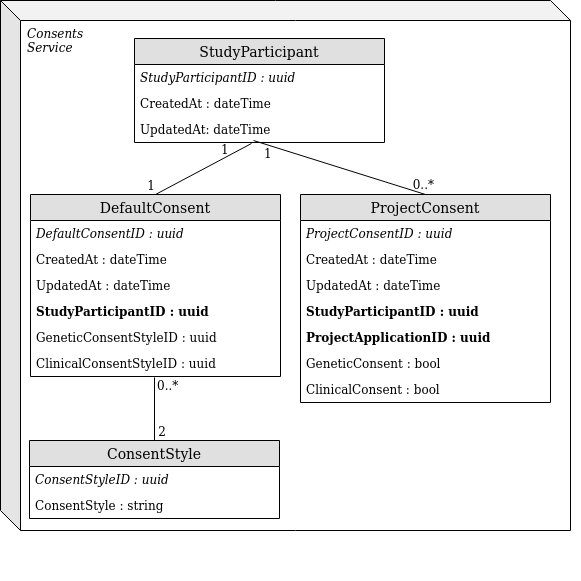
Above: docs/consents-ERD.png in dycons/consents (draw.io), before the change. Source tidied: cells renumbered, new cells last; positions are measured from the earlier drawing's top-left corner, leaving out a move shared by most shapes. Its diagram source:
```xml
<mxGraphModel>
  <root>
    <mxCell id="0" />
    <mxCell id="1" parent="0" />
    <mxCell id="2" style="group;" parent="1" vertex="1">
      <mxGeometry width="580" height="580" as="geometry" />
    </mxCell>
    <mxCell id="3" style="shape=cube;whiteSpace=wrap;html=1;boundedLbl=1;backgroundOutline=1;darkOpacity=0.05;darkOpacity2=0.1;" parent="2" vertex="1">
      <mxGeometry width="570" height="530" as="geometry" />
    </mxCell>
    <mxCell id="4" value="DefaultConsent" style="swimlane;fontStyle=0;horizontal=1;startSize=26;fillColor=#e0e0e0;swimlaneFillColor=#ffffff;align=center;fontSize=14;" parent="2" vertex="1">
      <mxGeometry x="30" y="194" width="250" height="182" as="geometry" />
    </mxCell>
    <mxCell id="5" value="DefaultConsentID : uuid" style="text;strokeColor=none;fillColor=none;spacingLeft=4;spacingRight=4;overflow=hidden;fontSize=12;fontStyle=2;" parent="4" vertex="1">
      <mxGeometry y="26" width="250" height="26" as="geometry" />
    </mxCell>
    <mxCell id="6" value="CreatedAt : dateTime" style="text;strokeColor=none;fillColor=none;spacingLeft=4;spacingRight=4;overflow=hidden;fontSize=12;" parent="4" vertex="1">
      <mxGeometry y="52" width="250" height="26" as="geometry" />
    </mxCell>
    <mxCell id="7" value="UpdatedAt : dateTime" style="text;strokeColor=none;fillColor=none;spacingLeft=4;spacingRight=4;overflow=hidden;fontSize=12;" parent="4" vertex="1">
      <mxGeometry y="78" width="250" height="26" as="geometry" />
    </mxCell>
    <mxCell id="8" value="StudyParticipantID : uuid" style="text;strokeColor=none;fillColor=none;spacingLeft=4;spacingRight=4;overflow=hidden;fontSize=12;fontStyle=1;" parent="4" vertex="1">
      <mxGeometry y="104" width="250" height="26" as="geometry" />
    </mxCell>
    <mxCell id="9" value="GeneticConsentStyleID : uuid" style="text;strokeColor=none;fillColor=none;spacingLeft=4;spacingRight=4;overflow=hidden;fontSize=12;" parent="4" vertex="1">
      <mxGeometry y="130" width="250" height="26" as="geometry" />
    </mxCell>
    <mxCell id="10" value="ClinicalConsentStyleID : uuid" style="text;strokeColor=none;fillColor=none;spacingLeft=4;spacingRight=4;overflow=hidden;fontSize=12;" parent="4" vertex="1">
      <mxGeometry y="156" width="250" height="26" as="geometry" />
    </mxCell>
    <mxCell id="11" value="StudyParticipant" style="swimlane;fontStyle=0;horizontal=1;startSize=26;fillColor=#e0e0e0;swimlaneFillColor=#ffffff;align=center;fontSize=14;" parent="2" vertex="1">
      <mxGeometry x="134" y="38" width="250" height="104" as="geometry" />
    </mxCell>
    <mxCell id="12" value="StudyParticipantID : uuid" style="text;strokeColor=none;fillColor=none;spacingLeft=4;spacingRight=4;overflow=hidden;fontSize=12;fontStyle=2;" parent="11" vertex="1">
      <mxGeometry y="26" width="250" height="26" as="geometry" />
    </mxCell>
    <mxCell id="13" value="CreatedAt : dateTime" style="text;strokeColor=none;fillColor=none;spacingLeft=4;spacingRight=4;overflow=hidden;fontSize=12;" parent="11" vertex="1">
      <mxGeometry y="52" width="250" height="26" as="geometry" />
    </mxCell>
    <mxCell id="14" value="UpdatedAt: dateTime" style="text;strokeColor=none;fillColor=none;spacingLeft=4;spacingRight=4;overflow=hidden;points=[[0,0.5],[1,0.5]];portConstraint=eastwest;fontSize=12;" parent="11" vertex="1">
      <mxGeometry y="78" width="250" height="26" as="geometry" />
    </mxCell>
    <mxCell id="15" value="ProjectConsent" style="swimlane;fontStyle=0;horizontal=1;startSize=26;fillColor=#e0e0e0;swimlaneFillColor=#ffffff;align=center;fontSize=14;" parent="2" vertex="1">
      <mxGeometry x="300" y="194" width="250" height="208" as="geometry" />
    </mxCell>
    <mxCell id="16" value="ProjectConsentID : uuid" style="text;strokeColor=none;fillColor=none;spacingLeft=4;spacingRight=4;overflow=hidden;fontSize=12;fontStyle=2;" parent="15" vertex="1">
      <mxGeometry y="26" width="250" height="26" as="geometry" />
    </mxCell>
    <mxCell id="17" value="CreatedAt : dateTime" style="text;strokeColor=none;fillColor=none;spacingLeft=4;spacingRight=4;overflow=hidden;fontSize=12;" parent="15" vertex="1">
      <mxGeometry y="52" width="250" height="26" as="geometry" />
    </mxCell>
    <mxCell id="18" value="UpdatedAt : dateTime" style="text;strokeColor=none;fillColor=none;spacingLeft=4;spacingRight=4;overflow=hidden;fontSize=12;" parent="15" vertex="1">
      <mxGeometry y="78" width="250" height="26" as="geometry" />
    </mxCell>
    <mxCell id="19" value="StudyParticipantID : uuid" style="text;strokeColor=none;fillColor=none;spacingLeft=4;spacingRight=4;overflow=hidden;fontSize=12;fontStyle=1;" parent="15" vertex="1">
      <mxGeometry y="104" width="250" height="26" as="geometry" />
    </mxCell>
    <mxCell id="20" value="ProjectApplicationID : uuid" style="text;strokeColor=none;fillColor=none;spacingLeft=4;spacingRight=4;overflow=hidden;fontSize=12;fontStyle=1;" parent="15" vertex="1">
      <mxGeometry y="130" width="250" height="26" as="geometry" />
    </mxCell>
    <mxCell id="21" value="GeneticConsent : bool" style="text;strokeColor=none;fillColor=none;spacingLeft=4;spacingRight=4;overflow=hidden;fontSize=12;" parent="15" vertex="1">
      <mxGeometry y="156" width="250" height="26" as="geometry" />
    </mxCell>
    <mxCell id="22" value="ClinicalConsent : bool" style="text;strokeColor=none;fillColor=none;spacingLeft=4;spacingRight=4;overflow=hidden;fontSize=12;" parent="15" vertex="1">
      <mxGeometry y="182" width="250" height="26" as="geometry" />
    </mxCell>
    <mxCell id="23" value="Consents Service" style="text;html=1;strokeColor=none;fillColor=none;align=left;verticalAlign=middle;whiteSpace=wrap;rounded=0;fontStyle=2;" parent="2" vertex="1">
      <mxGeometry x="25" y="30" width="100" height="20" as="geometry" />
    </mxCell>
    <mxCell id="24" style="endArrow=none;html=1;rounded=0;exitX=0.468;exitY=1.038;exitDx=0;exitDy=0;exitPerimeter=0;entryX=0.5;entryY=0;entryDx=0;entryDy=0;" parent="2" edge="1" source="14" target="4">
      <mxGeometry relative="1" as="geometry" />
    </mxCell>
    <mxCell id="25" value="&lt;div&gt;1&lt;/div&gt;" style="html=1;align=left;verticalAlign=bottom;" parent="24" vertex="1">
      <mxGeometry x="-1" relative="1" as="geometry">
        <mxPoint x="-32" y="15" as="offset" />
      </mxGeometry>
    </mxCell>
    <mxCell id="26" value="1" style="html=1;align=right;verticalAlign=bottom;" parent="24" vertex="1">
      <mxGeometry x="1" relative="1" as="geometry" />
    </mxCell>
    <mxCell id="27" style="endArrow=none;html=1;rounded=0;entryX=0.5;entryY=0;entryDx=0;entryDy=0;" parent="2" edge="1" target="15">
      <mxGeometry relative="1" as="geometry">
        <mxPoint x="253" y="140" as="sourcePoint" />
      </mxGeometry>
    </mxCell>
    <mxCell id="28" value="&lt;div&gt;1&lt;/div&gt;" style="html=1;align=left;verticalAlign=bottom;" parent="27" vertex="1">
      <mxGeometry x="-1" relative="1" as="geometry">
        <mxPoint x="9" y="22" as="offset" />
      </mxGeometry>
    </mxCell>
    <mxCell id="29" value="0..*" style="html=1;align=right;verticalAlign=bottom;" parent="27" vertex="1">
      <mxGeometry x="1" relative="1" as="geometry">
        <mxPoint x="9" y="-1" as="offset" />
      </mxGeometry>
    </mxCell>
    <mxCell id="30" value="ConsentStyle" style="swimlane;fontStyle=0;horizontal=1;startSize=26;fillColor=#e0e0e0;swimlaneFillColor=#ffffff;align=center;fontSize=14;" parent="1" vertex="1">
      <mxGeometry x="29" y="440" width="250" height="78" as="geometry" />
    </mxCell>
    <mxCell id="31" value="ConsentStyleID : uuid" style="text;strokeColor=none;fillColor=none;spacingLeft=4;spacingRight=4;overflow=hidden;fontSize=12;fontStyle=2;" parent="30" vertex="1">
      <mxGeometry y="26" width="250" height="26" as="geometry" />
    </mxCell>
    <mxCell id="32" value="ConsentStyle : string" style="text;strokeColor=none;fillColor=none;spacingLeft=4;spacingRight=4;overflow=hidden;fontSize=12;" parent="30" vertex="1">
      <mxGeometry y="52" width="250" height="26" as="geometry" />
    </mxCell>
    <mxCell id="33" style="endArrow=none;html=1;rounded=0;entryX=0.5;entryY=0;entryDx=0;entryDy=0;" parent="1" edge="1" target="30">
      <mxGeometry relative="1" as="geometry">
        <mxPoint x="154" y="377" as="sourcePoint" />
      </mxGeometry>
    </mxCell>
    <mxCell id="34" value="0..*" style="html=1;align=left;verticalAlign=bottom;" parent="33" vertex="1">
      <mxGeometry x="-1" relative="1" as="geometry">
        <mxPoint x="1" y="17" as="offset" />
      </mxGeometry>
    </mxCell>
    <mxCell id="35" value="2" style="html=1;align=right;verticalAlign=bottom;" parent="33" vertex="1">
      <mxGeometry x="1" relative="1" as="geometry">
        <mxPoint x="12" as="offset" />
      </mxGeometry>
    </mxCell>
  </root>
</mxGraphModel>
```
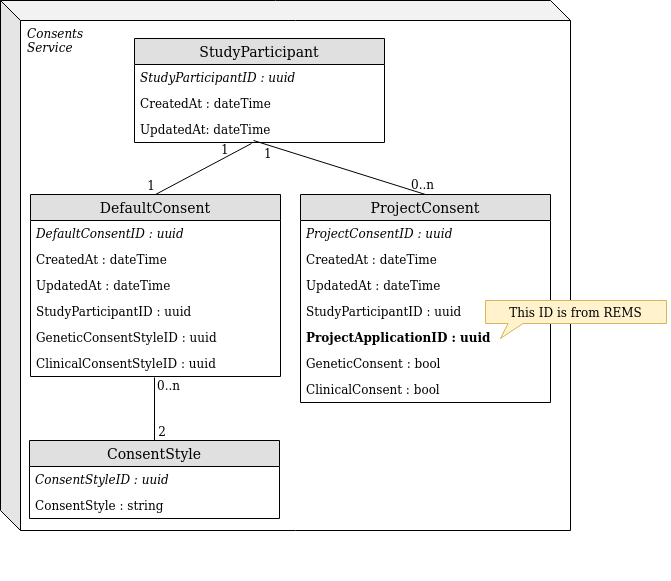
The same file after the commit.

What changed in the source:
```diff
@@ -3,7 +3,7 @@
     <mxCell id="0" />
     <mxCell id="1" parent="0" />
     <mxCell id="2" style="group;" parent="1" vertex="1">
-      <mxGeometry width="580" height="580" as="geometry" />
+      <mxGeometry width="670" height="580" as="geometry" />
     </mxCell>
     <mxCell id="3" style="shape=cube;whiteSpace=wrap;html=1;boundedLbl=1;backgroundOutline=1;darkOpacity=0.05;darkOpacity2=0.1;" parent="2" vertex="1">
       <mxGeometry width="570" height="530" as="geometry" />
@@ -20,7 +20,7 @@
     <mxCell id="7" value="UpdatedAt : dateTime" style="text;strokeColor=none;fillColor=none;spacingLeft=4;spacingRight=4;overflow=hidden;fontSize=12;" parent="4" vertex="1">
       <mxGeometry y="78" width="250" height="26" as="geometry" />
     </mxCell>
-    <mxCell id="8" value="StudyParticipantID : uuid" style="text;strokeColor=none;fillColor=none;spacingLeft=4;spacingRight=4;overflow=hidden;fontSize=12;fontStyle=1;" parent="4" vertex="1">
+    <mxCell id="8" value="StudyParticipantID : uuid" style="text;strokeColor=none;fillColor=none;spacingLeft=4;spacingRight=4;overflow=hidden;fontSize=12;fontStyle=0;" parent="4" vertex="1">
       <mxGeometry y="104" width="250" height="26" as="geometry" />
     </mxCell>
     <mxCell id="9" value="GeneticConsentStyleID : uuid" style="text;strokeColor=none;fillColor=none;spacingLeft=4;spacingRight=4;overflow=hidden;fontSize=12;" parent="4" vertex="1">
@@ -53,7 +53,7 @@
     <mxCell id="18" value="UpdatedAt : dateTime" style="text;strokeColor=none;fillColor=none;spacingLeft=4;spacingRight=4;overflow=hidden;fontSize=12;" parent="15" vertex="1">
       <mxGeometry y="78" width="250" height="26" as="geometry" />
     </mxCell>
-    <mxCell id="19" value="StudyParticipantID : uuid" style="text;strokeColor=none;fillColor=none;spacingLeft=4;spacingRight=4;overflow=hidden;fontSize=12;fontStyle=1;" parent="15" vertex="1">
+    <mxCell id="19" value="StudyParticipantID : uuid" style="text;strokeColor=none;fillColor=none;spacingLeft=4;spacingRight=4;overflow=hidden;fontSize=12;fontStyle=0;" parent="15" vertex="1">
       <mxGeometry y="104" width="250" height="26" as="geometry" />
     </mxCell>
     <mxCell id="20" value="ProjectApplicationID : uuid" style="text;strokeColor=none;fillColor=none;spacingLeft=4;spacingRight=4;overflow=hidden;fontSize=12;fontStyle=1;" parent="15" vertex="1">
@@ -89,11 +89,14 @@
         <mxPoint x="9" y="22" as="offset" />
       </mxGeometry>
     </mxCell>
-    <mxCell id="29" value="0..*" style="html=1;align=right;verticalAlign=bottom;" parent="27" vertex="1">
+    <mxCell id="29" value="0..n" style="html=1;align=right;verticalAlign=bottom;" parent="27" vertex="1">
       <mxGeometry x="1" relative="1" as="geometry">
         <mxPoint x="9" y="-1" as="offset" />
       </mxGeometry>
     </mxCell>
+    <mxCell id="36" value="This ID is from REMS" style="whiteSpace=wrap;html=1;shape=mxgraph.basic.rectCallout;dx=30;dy=15;boundedLbl=1;fillColor=#fff2cc;strokeColor=#d6b656;" parent="2" vertex="1">
+      <mxGeometry x="485" y="300" width="181" height="38" as="geometry" />
+    </mxCell>
     <mxCell id="30" value="ConsentStyle" style="swimlane;fontStyle=0;horizontal=1;startSize=26;fillColor=#e0e0e0;swimlaneFillColor=#ffffff;align=center;fontSize=14;" parent="1" vertex="1">
       <mxGeometry x="29" y="440" width="250" height="78" as="geometry" />
     </mxCell>
@@ -108,7 +111,7 @@
         <mxPoint x="154" y="377" as="sourcePoint" />
       </mxGeometry>
     </mxCell>
-    <mxCell id="34" value="0..*" style="html=1;align=left;verticalAlign=bottom;" parent="33" vertex="1">
+    <mxCell id="34" value="0..n" style="html=1;align=left;verticalAlign=bottom;" parent="33" vertex="1">
       <mxGeometry x="-1" relative="1" as="geometry">
         <mxPoint x="1" y="17" as="offset" />
       </mxGeometry>
```
